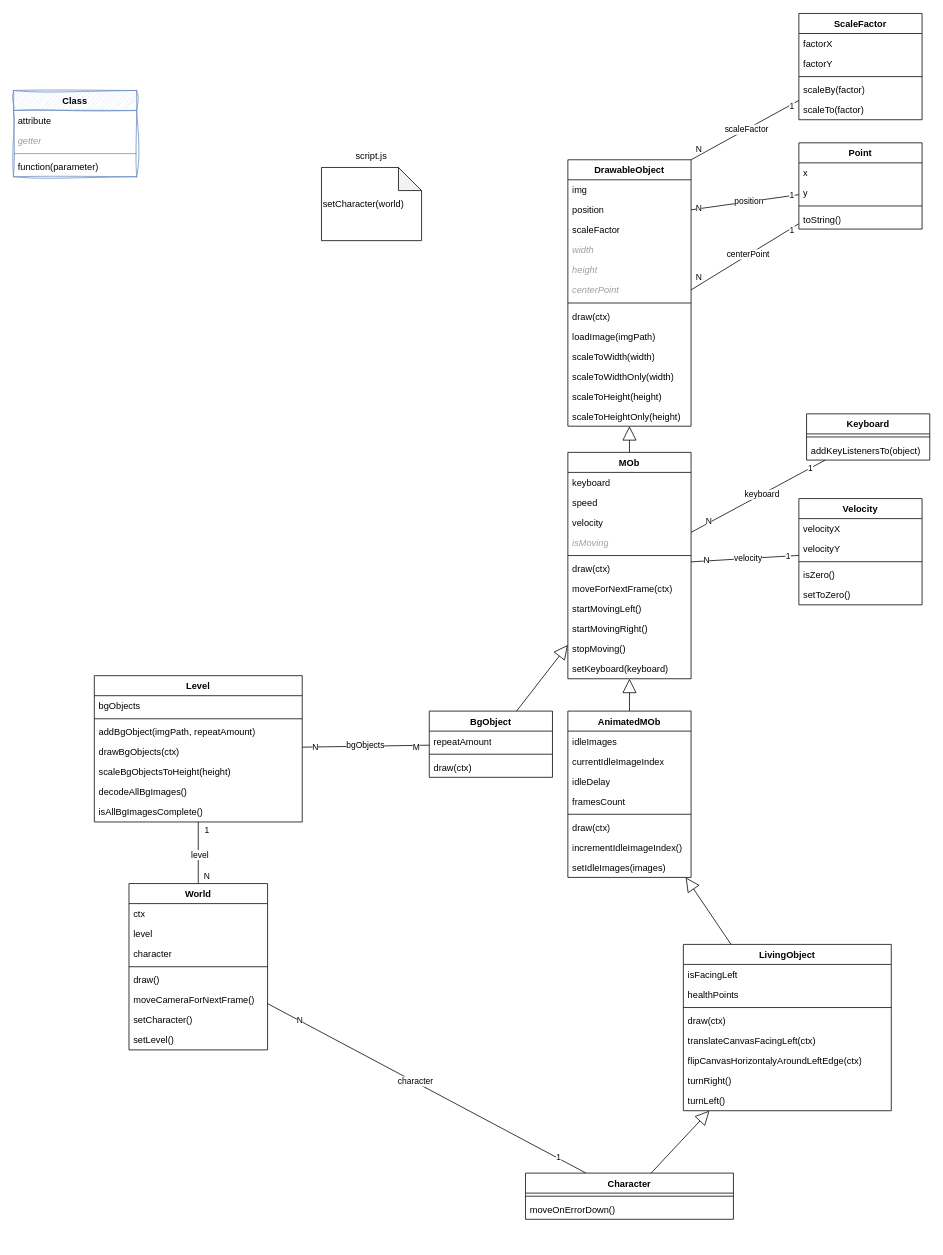
ReinhardWansch/Sharky-DeveloperAkademie keeps this draw.io diagram as uml/Sharky-ClassDiagram.drawio. Above is the earlier version. Source tidied: cells renumbered, new cells numbered last; positions are measured from the earlier drawing's top-left corner, leaving out a move shared by most shapes. Both pictures are drawn from the tidied source at 77%, with x=0, y=0 at pixel (13, 13).
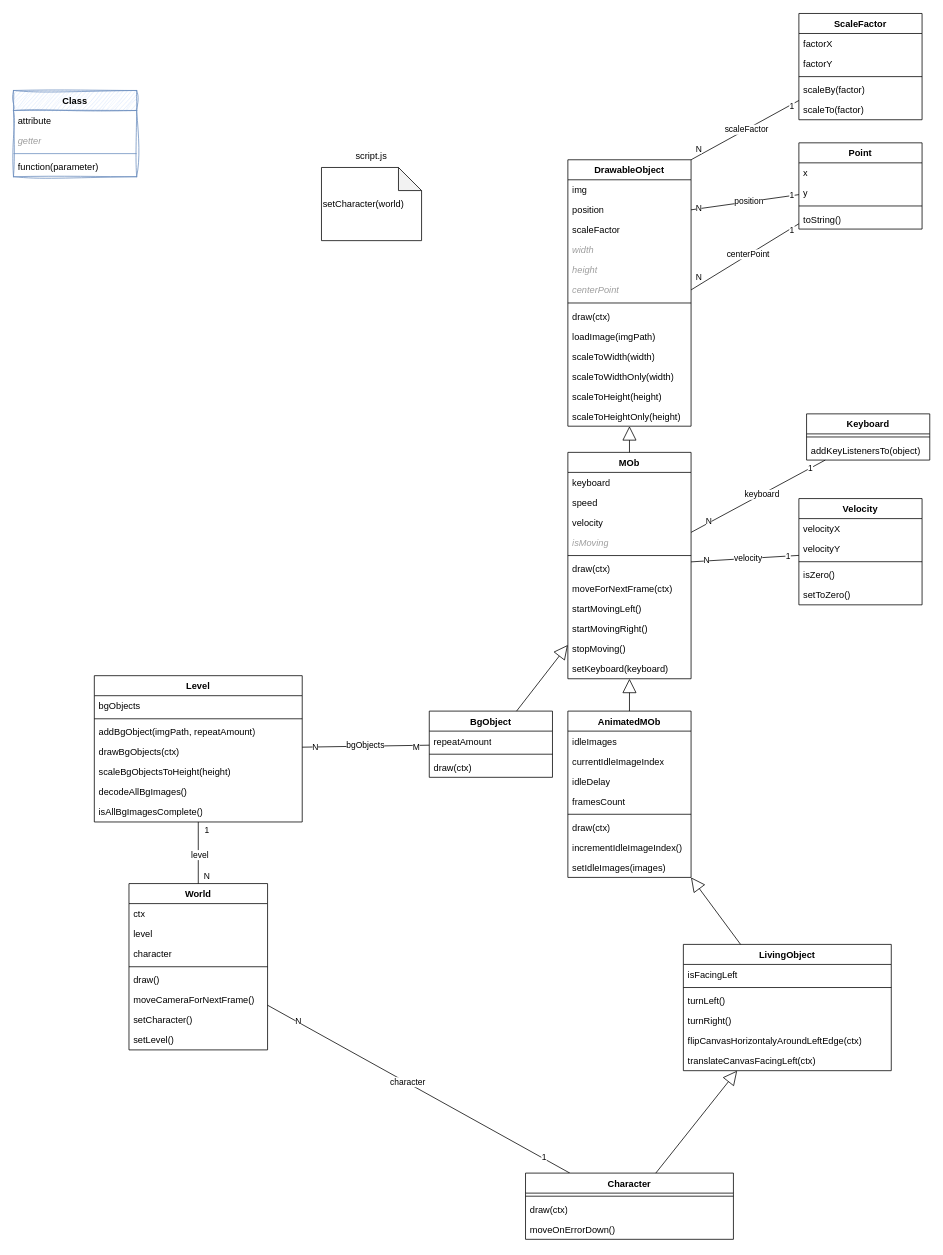
The same diagram, later.

Commit message (it also covers changes not shown here):
add class LivingMOb

What changed in the source:
```diff
@@
     <mxCell id="64" value="Character" style="swimlane;fontStyle=1;align=center;verticalAlign=top;horizontal=1;startSize=26;whiteSpace=wrap;html=1;" parent="1" vertex="1">
-      <mxGeometry x="665" y="1506" width="270" height="60" as="geometry" />
+      <mxGeometry x="665" y="1506" width="270" height="86" as="geometry" />
     </mxCell>
@@
+    <mxCell id="126" value="draw(ctx)" style="text;strokeColor=none;fillColor=none;align=left;verticalAlign=top;spacingLeft=4;spacingRight=4;overflow=hidden;whiteSpace=wrap;html=1;" parent="64" vertex="1">
+      <mxGeometry y="34" width="270" height="26" as="geometry" />
+    </mxCell>
     <mxCell id="66" value="moveOnErrorDown()" style="text;strokeColor=none;fillColor=none;align=left;verticalAlign=top;spacingLeft=4;spacingRight=4;overflow=hidden;whiteSpace=wrap;html=1;" parent="64" vertex="1">
-      <mxGeometry y="34" width="270" height="26" as="geometry" />
+      <mxGeometry y="60" width="270" height="26" as="geometry" />
     </mxCell>
@@
     <mxCell id="122" value="LivingObject" style="swimlane;fontStyle=1;align=center;verticalAlign=top;horizontal=1;startSize=26;whiteSpace=wrap;html=1;" parent="1" vertex="1">
-      <mxGeometry x="870" y="1209" width="270" height="216" as="geometry" />
+      <mxGeometry x="870" y="1209" width="270" height="164" as="geometry" />
     </mxCell>
@@
-    <mxCell id="124" value="healthPoints" style="text;strokeColor=none;fillColor=none;align=left;verticalAlign=top;spacingLeft=4;spacingRight=4;overflow=hidden;whiteSpace=wrap;html=1;" parent="122" vertex="1">
-      <mxGeometry y="52" width="270" height="26" as="geometry" />
-    </mxCell>
     <mxCell id="125" style="line;strokeWidth=1;fillColor=none;align=left;verticalAlign=middle;spacingTop=-1;spacingLeft=3;spacingRight=3;labelPosition=right;strokeColor=inherit;" parent="122" vertex="1">
-      <mxGeometry y="78" width="270" height="8" as="geometry" />
+      <mxGeometry y="52" width="270" height="8" as="geometry" />
     </mxCell>
-    <mxCell id="126" value="draw(ctx)" style="text;strokeColor=none;fillColor=none;align=left;verticalAlign=top;spacingLeft=4;spacingRight=4;overflow=hidden;whiteSpace=wrap;html=1;" parent="122" vertex="1">
-      <mxGeometry y="86" width="270" height="26" as="geometry" />
-    </mxCell>
+    <mxCell id="130" value="turnLeft()" style="text;strokeColor=none;fillColor=none;align=left;verticalAlign=top;spacingLeft=4;spacingRight=4;overflow=hidden;whiteSpace=wrap;html=1;" parent="122" vertex="1">
+      <mxGeometry y="60" width="270" height="26" as="geometry" />
+    </mxCell>
+    <mxCell id="129" value="turnRight()" style="text;strokeColor=none;fillColor=none;align=left;verticalAlign=top;spacingLeft=4;spacingRight=4;overflow=hidden;whiteSpace=wrap;html=1;" parent="122" vertex="1">
+      <mxGeometry y="86" width="270" height="26" as="geometry" />
+    </mxCell>
+    <mxCell id="128" value="flipCanvasHorizontalyAroundLeftEdge(ctx)" style="text;strokeColor=none;fillColor=none;align=left;verticalAlign=top;spacingLeft=4;spacingRight=4;overflow=hidden;whiteSpace=wrap;html=1;" parent="122" vertex="1">
+      <mxGeometry y="112" width="270" height="26" as="geometry" />
+    </mxCell>
     <mxCell id="127" value="translateCanvasFacingLeft(ctx)" style="text;strokeColor=none;fillColor=none;align=left;verticalAlign=top;spacingLeft=4;spacingRight=4;overflow=hidden;whiteSpace=wrap;html=1;" parent="122" vertex="1">
-      <mxGeometry y="112" width="270" height="26" as="geometry" />
+      <mxGeometry y="138" width="270" height="26" as="geometry" />
     </mxCell>
-    <mxCell id="128" value="flipCanvasHorizontalyAroundLeftEdge(ctx)" style="text;strokeColor=none;fillColor=none;align=left;verticalAlign=top;spacingLeft=4;spacingRight=4;overflow=hidden;whiteSpace=wrap;html=1;" parent="122" vertex="1">
-      <mxGeometry y="138" width="270" height="26" as="geometry" />
-    </mxCell>
-    <mxCell id="129" value="turnRight()" style="text;strokeColor=none;fillColor=none;align=left;verticalAlign=top;spacingLeft=4;spacingRight=4;overflow=hidden;whiteSpace=wrap;html=1;" parent="122" vertex="1">
-      <mxGeometry y="164" width="270" height="26" as="geometry" />
-    </mxCell>
-    <mxCell id="130" value="turnLeft()" style="text;strokeColor=none;fillColor=none;align=left;verticalAlign=top;spacingLeft=4;spacingRight=4;overflow=hidden;whiteSpace=wrap;html=1;" parent="122" vertex="1">
-      <mxGeometry y="190" width="270" height="26" as="geometry" />
-    </mxCell>
```
